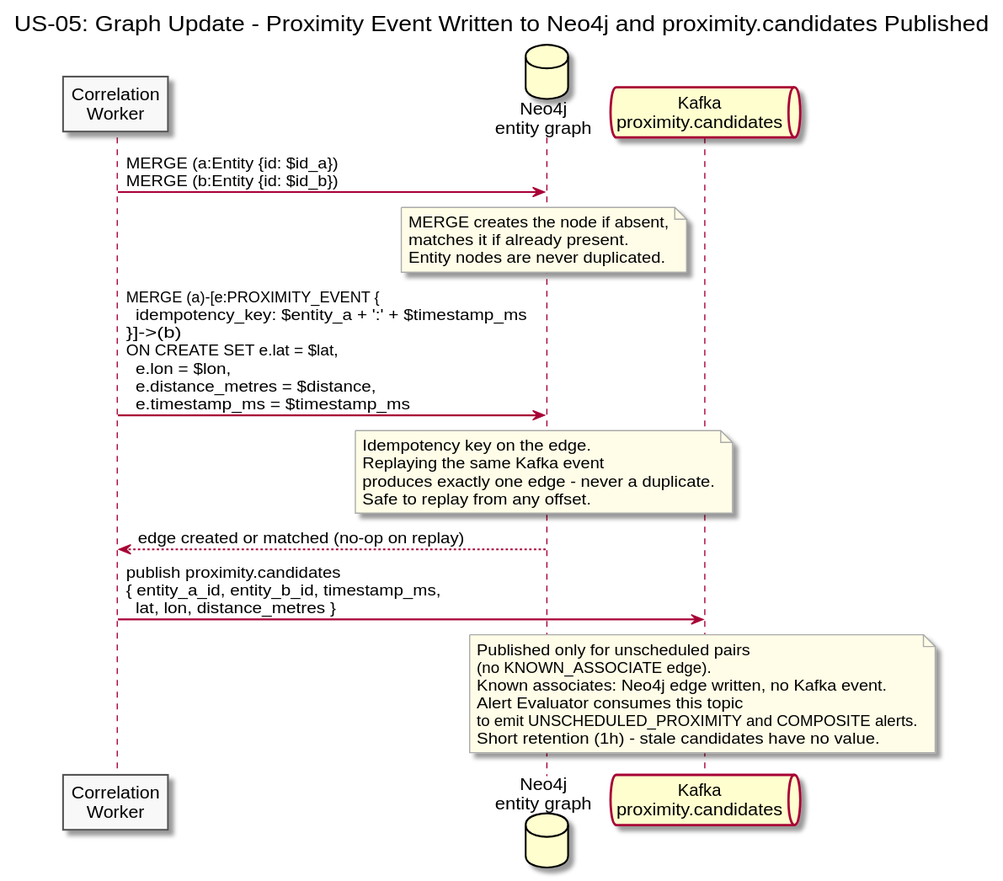
Above: diagrams/docs/use-cases/US-05-unscheduled-proximity/graph-update.svg in Buffden/sentinel (PlantUML), before the change.
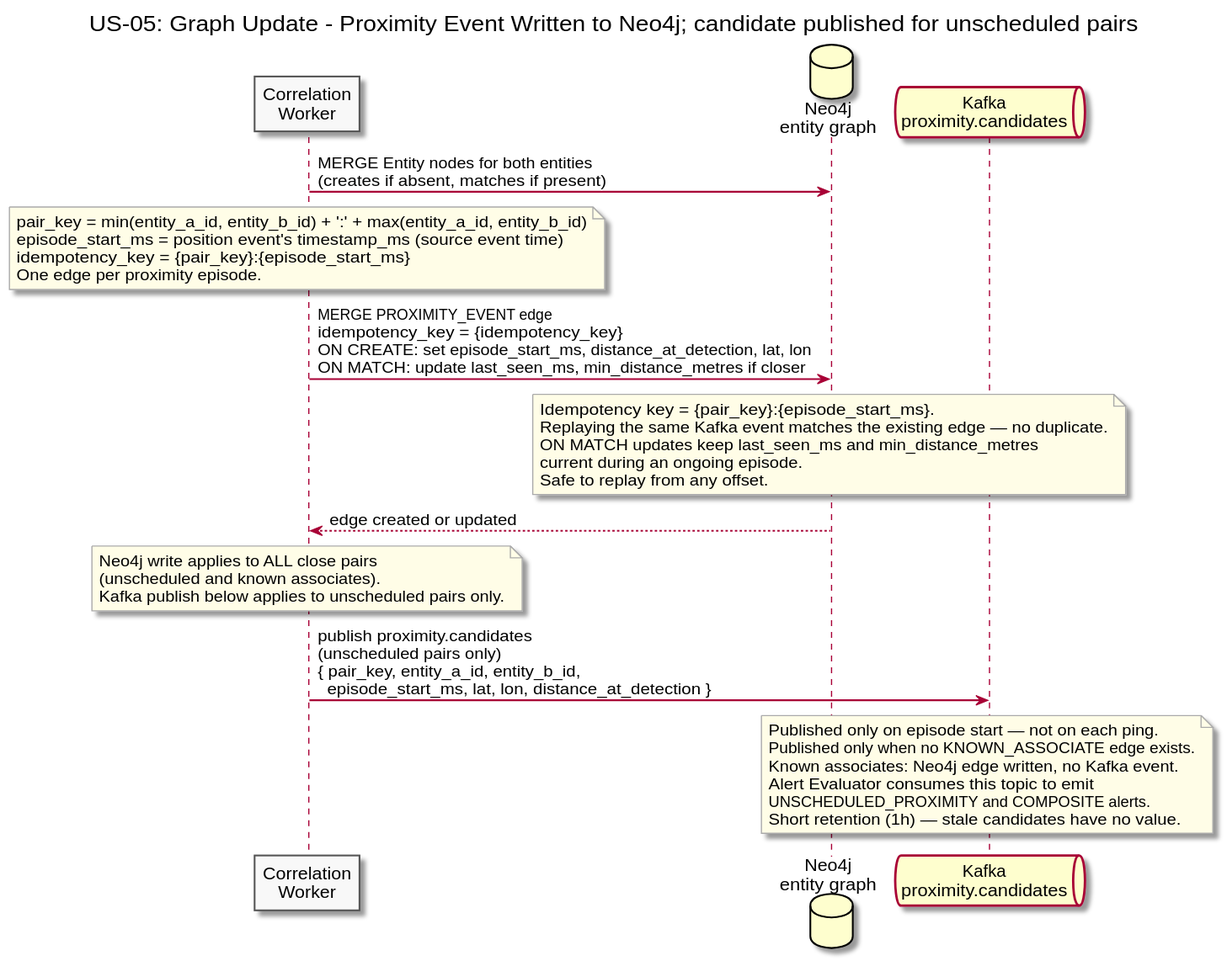
After the change.

Change to the diagram source:
```diff
@@ -1,5 +1,5 @@
 @startuml graph-update
-title US-05: Graph Update - Proximity Event Written to Neo4j and proximity.candidates Published
+title US-05: Graph Update - Proximity Event Written to Neo4j; candidate published for unscheduled pairs
 
 skinparam sequenceArrowThickness 1.5
 skinparam participantBorderColor #555555
@@ -11,34 +11,42 @@
 database "Neo4j\nentity graph" as Neo4j
 queue "Kafka\nproximity.candidates" as ProxKafka
 
-Correlation -> Neo4j : MERGE (a:Entity {id: $id_a})\nMERGE (b:Entity {id: $id_b})
+Correlation -> Neo4j : MERGE Entity nodes for both entities\n(creates if absent, matches if present)
+
+note over Correlation
+  pair_key = min(entity_a_id, entity_b_id) + ':' + max(entity_a_id, entity_b_id)
+  episode_start_ms = position event's timestamp_ms (source event time)
+  idempotency_key = {pair_key}:{episode_start_ms}
+  One edge per proximity episode.
+end note
+
+Correlation -> Neo4j : MERGE PROXIMITY_EVENT edge\nidempotency_key = {idempotency_key}\nON CREATE: set episode_start_ms, distance_at_detection, lat, lon\nON MATCH: update last_seen_ms, min_distance_metres if closer
 
 note over Neo4j
-  MERGE creates the node if absent,
-  matches it if already present.
-  Entity nodes are never duplicated.
-end note
-
-Correlation -> Neo4j : MERGE (a)-[e:PROXIMITY_EVENT {\n  idempotency_key: $entity_a + ':' + $timestamp_ms\n}]->(b)\nON CREATE SET e.lat = $lat,\n  e.lon = $lon,\n  e.distance_metres = $distance,\n  e.timestamp_ms = $timestamp_ms
-
-note over Neo4j
-  Idempotency key on the edge.
-  Replaying the same Kafka event
-  produces exactly one edge - never a duplicate.
+  Idempotency key = {pair_key}:{episode_start_ms}.
+  Replaying the same Kafka event matches the existing edge — no duplicate.
+  ON MATCH updates keep last_seen_ms and min_distance_metres
+  current during an ongoing episode.
   Safe to replay from any offset.
 end note
 
-Neo4j --> Correlation : edge created or matched (no-op on replay)
+Neo4j --> Correlation : edge created or updated
 
-Correlation -> ProxKafka : publish proximity.candidates\n{ entity_a_id, entity_b_id, timestamp_ms,\n  lat, lon, distance_metres }
+note over Correlation
+  Neo4j write applies to ALL close pairs
+  (unscheduled and known associates).
+  Kafka publish below applies to unscheduled pairs only.
+end note
+
+Correlation -> ProxKafka : publish proximity.candidates\n(unscheduled pairs only)\n{ pair_key, entity_a_id, entity_b_id,\n  episode_start_ms, lat, lon, distance_at_detection }
 
 note over ProxKafka
-  Published only for unscheduled pairs
-  (no KNOWN_ASSOCIATE edge).
+  Published only on episode start — not on each ping.
+  Published only when no KNOWN_ASSOCIATE edge exists.
   Known associates: Neo4j edge written, no Kafka event.
-  Alert Evaluator consumes this topic
-  to emit UNSCHEDULED_PROXIMITY and COMPOSITE alerts.
-  Short retention (1h) - stale candidates have no value.
+  Alert Evaluator consumes this topic to emit
+  UNSCHEDULED_PROXIMITY and COMPOSITE alerts.
+  Short retention (1h) — stale candidates have no value.
 end note
 
 @enduml
```
